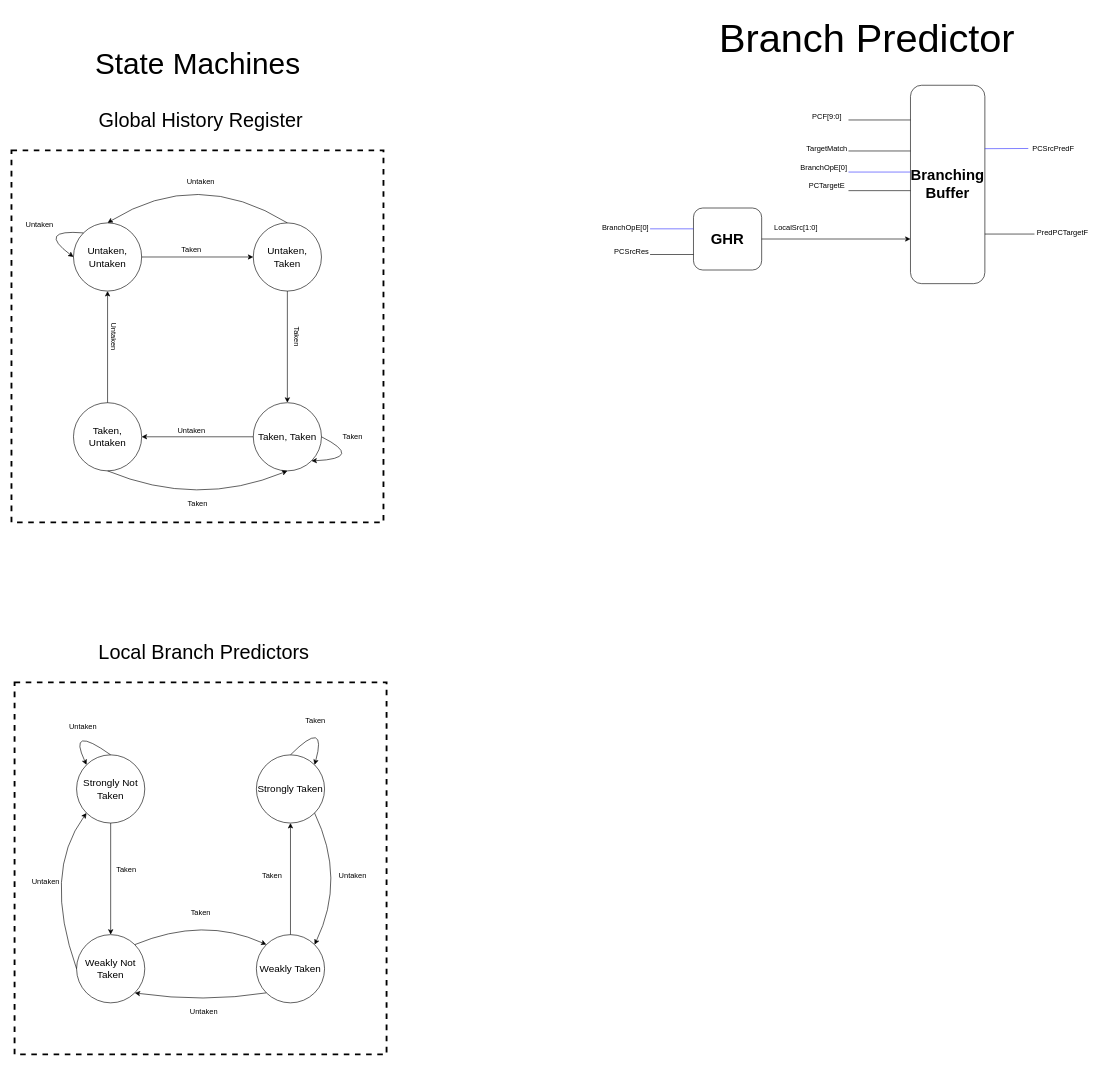
Above: page "Branch Predictor" (4 of 4) of Documentation/RISC-V Pipelined Schematic.drawio in Biggo03/RISC-V-Pipelined (draw.io), before the change. Source tidied: cells renumbered, new cells numbered last; positions are measured from the earlier drawing's top-left corner, leaving out a move shared by most shapes. Both pictures are drawn from the tidied source at 62%, with x=0, y=0 at pixel (11, 11).
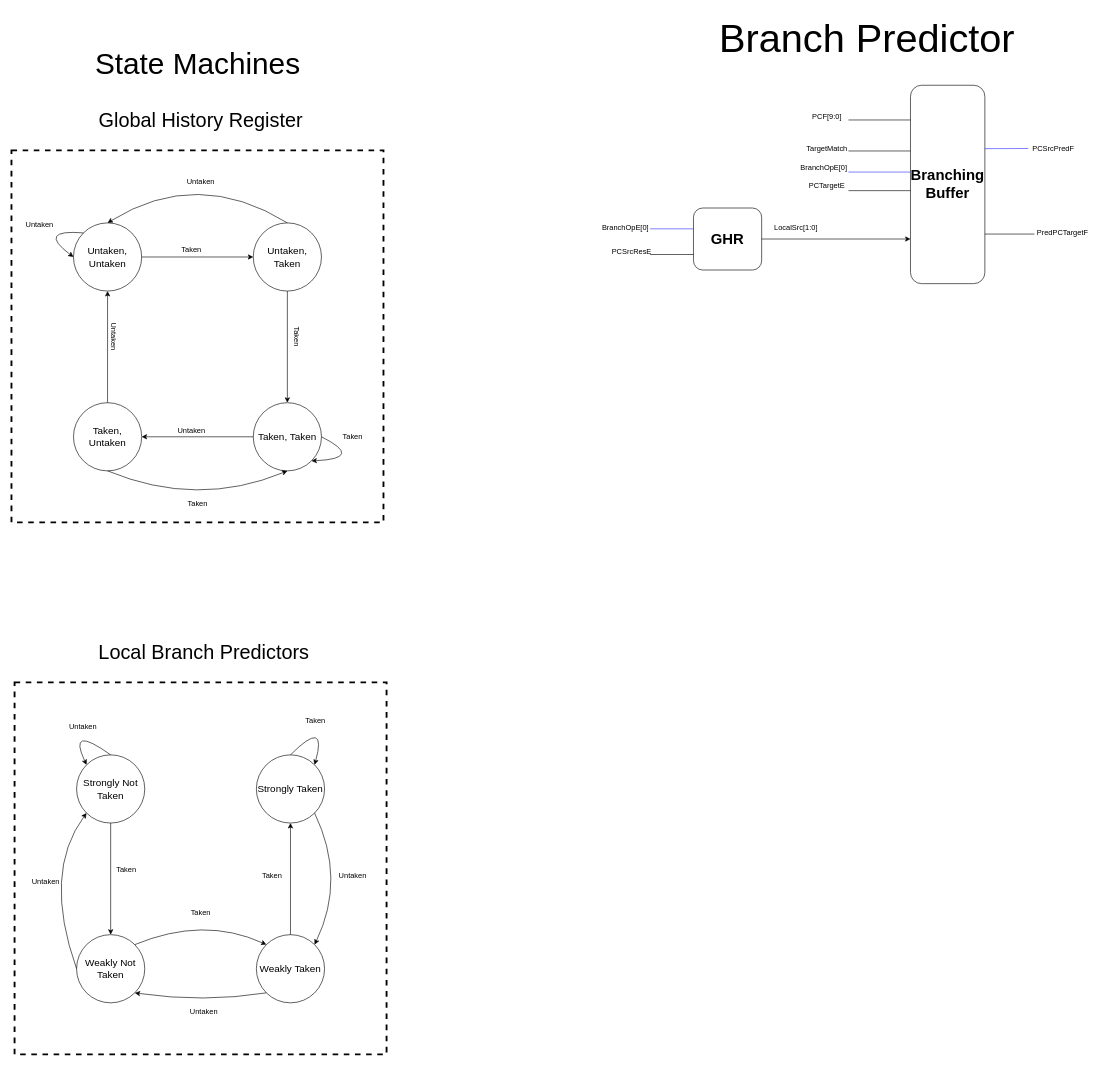
The same diagram, later.

The edit, as a diff of the source:
```diff
@@
-    <mxCell id="55" value="PCSrcRes" style="text;html=1;align=center;verticalAlign=middle;strokeColor=none;fillColor=none;" parent="1" vertex="1">
-      <mxGeometry x="960" y="373" width="80" height="30" as="geometry" />
+    <mxCell id="55" value="PCSrcResE" style="text;html=1;align=center;verticalAlign=middle;strokeColor=none;fillColor=none;" parent="1" vertex="1">
+      <mxGeometry x="955" y="373" width="90" height="30" as="geometry" />
     </mxCell>
```
